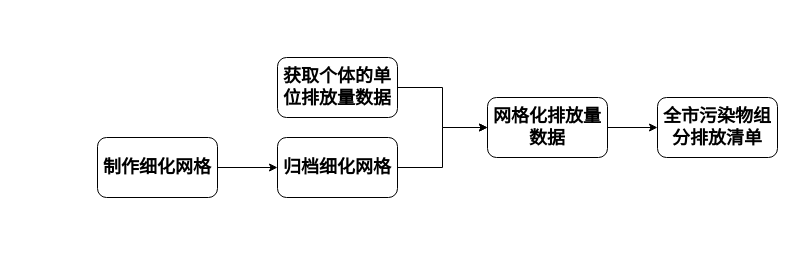
This is 船舶排放清单.drawio from WienWong/Misc, a draw.io file, before an edit. Source tidied: cells renumbered, new cells numbered last; positions are measured from the earlier drawing's top-left corner, leaving out a move shared by most shapes. Both pictures are drawn from the tidied source at 100%, with x=0, y=0 at pixel (97, 57).
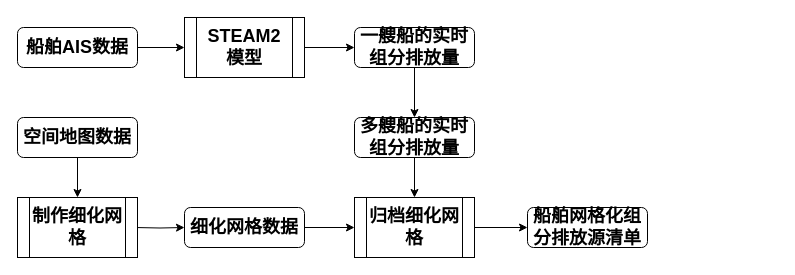
The same diagram, later.

Commit message:
Update 船舶排放清单.drawio

The edit, as a diff of the source:
```diff
@@
 <mxGraphModel>
   <root>
     <mxCell id="0" />
     <mxCell id="1" parent="0" />
-    <mxCell id="2" style="edgeStyle=orthogonalEdgeStyle;rounded=0;jettySize=auto;html=1;exitX=1;exitY=0.5;exitDx=0;exitDy=0;entryX=0;entryY=0.5;entryDx=0;entryDy=0;" parent="1" edge="1" source="3" target="5">
-      <mxGeometry relative="1" as="geometry" />
-    </mxCell>
+    <mxCell id="11" style="edgeStyle=orthogonalEdgeStyle;rounded=0;jettySize=auto;html=1;exitX=1;exitY=0.5;exitDx=0;exitDy=0;entryX=0;entryY=0.5;entryDx=0;entryDy=0;" parent="1" edge="1" target="16">
+      <mxGeometry relative="1" as="geometry">
+        <mxPoint x="37" y="170" as="sourcePoint" />
+      </mxGeometry>
+    </mxCell>
+    <mxCell id="12" style="edgeStyle=orthogonalEdgeStyle;rounded=0;jettySize=auto;html=1;exitX=0.5;exitY=1;exitDx=0;exitDy=0;entryX=0.5;entryY=0;entryDx=0;entryDy=0;" parent="1" edge="1" source="13" target="18">
+      <mxGeometry relative="1" as="geometry" />
+    </mxCell>
+    <mxCell id="13" value="&lt;font style=&quot;font-size: 18px&quot;&gt;&lt;b&gt;一艘船的实时组分排放量&lt;/b&gt;&lt;/font&gt;" style="rounded=1;whiteSpace=wrap;html=1;fontSize=12;glass=0;strokeWidth=1;shadow=0;" parent="1" vertex="1">
+      <mxGeometry x="257" y="-30" width="120" height="40" as="geometry" />
+    </mxCell>
+    <mxCell id="14" value="&lt;font style=&quot;font-size: 18px&quot;&gt;&lt;b&gt;船舶网格化组分排放源清单&lt;/b&gt;&lt;/font&gt;" style="rounded=1;whiteSpace=wrap;html=1;fontSize=12;glass=0;strokeWidth=1;shadow=0;" parent="1" vertex="1">
+      <mxGeometry x="430" y="150" width="120" height="40" as="geometry" />
+    </mxCell>
+    <mxCell id="15" style="edgeStyle=orthogonalEdgeStyle;rounded=0;jettySize=auto;html=1;exitX=1;exitY=0.5;exitDx=0;exitDy=0;entryX=0;entryY=0.5;entryDx=0;entryDy=0;" parent="1" edge="1" source="16" target="5">
+      <mxGeometry relative="1" as="geometry" />
+    </mxCell>
+    <mxCell id="16" value="&lt;font style=&quot;font-size: 18px&quot;&gt;&lt;b&gt;细化网格数据&lt;/b&gt;&lt;/font&gt;" style="rounded=1;whiteSpace=wrap;html=1;fontSize=12;glass=0;strokeWidth=1;shadow=0;" parent="1" vertex="1">
+      <mxGeometry x="87" y="150" width="120" height="40" as="geometry" />
+    </mxCell>
+    <mxCell id="17" style="edgeStyle=orthogonalEdgeStyle;rounded=0;jettySize=auto;html=1;exitX=0.5;exitY=1;exitDx=0;exitDy=0;entryX=0.5;entryY=0;entryDx=0;entryDy=0;" parent="1" edge="1" source="18" target="5">
+      <mxGeometry relative="1" as="geometry" />
+    </mxCell>
+    <mxCell id="18" value="&lt;font style=&quot;font-size: 18px&quot;&gt;&lt;b&gt;多艘船的实时组分排放量&lt;/b&gt;&lt;/font&gt;" style="rounded=1;whiteSpace=wrap;html=1;fontSize=12;glass=0;strokeWidth=1;shadow=0;" parent="1" vertex="1">
+      <mxGeometry x="257" y="60" width="120" height="40" as="geometry" />
+    </mxCell>
+    <mxCell id="19" style="edgeStyle=orthogonalEdgeStyle;rounded=0;jettySize=auto;html=1;exitX=1;exitY=0.5;exitDx=0;exitDy=0;entryX=0;entryY=0.5;entryDx=0;entryDy=0;" parent="1" edge="1" source="20" target="24">
+      <mxGeometry relative="1" as="geometry" />
+    </mxCell>
+    <mxCell id="20" value="&lt;font style=&quot;font-size: 18px&quot;&gt;&lt;b&gt;船舶AIS数据&lt;/b&gt;&lt;/font&gt;" style="rounded=1;whiteSpace=wrap;html=1;fontSize=12;glass=0;strokeWidth=1;shadow=0;" parent="1" vertex="1">
+      <mxGeometry x="-80" y="-30" width="120" height="40" as="geometry" />
+    </mxCell>
-    <mxCell id="3" value="&lt;b&gt;&lt;font style=&quot;font-size: 18px&quot;&gt;制作细化网格&lt;/font&gt;&lt;/b&gt;" style="rounded=1;whiteSpace=wrap;html=1;" parent="1" vertex="1">
-      <mxGeometry y="80" width="120" height="60" as="geometry" />
+    <mxCell id="3" value="&lt;font style=&quot;font-size: 18px&quot;&gt;&lt;b&gt;制作细化网格&lt;/b&gt;&lt;/font&gt;" style="shape=process;whiteSpace=wrap;html=1;backgroundOutline=1;" parent="1" vertex="1">
+      <mxGeometry x="-80" y="140" width="120" height="60" as="geometry" />
     </mxCell>
-    <mxCell id="4" style="edgeStyle=orthogonalEdgeStyle;rounded=0;jettySize=auto;html=1;exitX=1;exitY=0.5;exitDx=0;exitDy=0;entryX=0;entryY=0.5;entryDx=0;entryDy=0;" parent="1" edge="1" source="5" target="9">
-      <mxGeometry relative="1" as="geometry" />
-    </mxCell>
+    <mxCell id="21" style="edgeStyle=orthogonalEdgeStyle;rounded=0;jettySize=auto;html=1;exitX=0.5;exitY=1;exitDx=0;exitDy=0;" parent="1" edge="1" source="22" target="3">
+      <mxGeometry relative="1" as="geometry" />
+    </mxCell>
+    <mxCell id="22" value="&lt;font style=&quot;font-size: 18px&quot;&gt;&lt;b&gt;空间地图数据&lt;/b&gt;&lt;/font&gt;" style="rounded=1;whiteSpace=wrap;html=1;fontSize=12;glass=0;strokeWidth=1;shadow=0;" parent="1" vertex="1">
+      <mxGeometry x="-80" y="60" width="120" height="40" as="geometry" />
+    </mxCell>
+    <mxCell id="23" style="edgeStyle=orthogonalEdgeStyle;rounded=0;jettySize=auto;html=1;exitX=1;exitY=0.5;exitDx=0;exitDy=0;" parent="1" edge="1" source="24" target="13">
+      <mxGeometry relative="1" as="geometry" />
+    </mxCell>
+    <mxCell id="24" value="&lt;b style=&quot;font-size: 18px&quot;&gt;STEAM2&lt;br&gt;模型&lt;/b&gt;" style="shape=process;whiteSpace=wrap;html=1;backgroundOutline=1;" parent="1" vertex="1">
+      <mxGeometry x="87" y="-40" width="120" height="60" as="geometry" />
+    </mxCell>
+    <mxCell id="25" style="edgeStyle=orthogonalEdgeStyle;rounded=0;jettySize=auto;html=1;exitX=1;exitY=0.5;exitDx=0;exitDy=0;entryX=0;entryY=0.5;entryDx=0;entryDy=0;" parent="1" edge="1" source="5" target="14">
+      <mxGeometry relative="1" as="geometry" />
+    </mxCell>
-    <mxCell id="5" value="&lt;b&gt;&lt;font style=&quot;font-size: 18px&quot;&gt;归档细化网格&lt;/font&gt;&lt;/b&gt;" style="rounded=1;whiteSpace=wrap;html=1;" parent="1" vertex="1">
-      <mxGeometry x="180" y="80" width="120" height="60" as="geometry" />
+    <mxCell id="5" value="&lt;b style=&quot;font-size: 18px&quot;&gt;归档细化网格&lt;/b&gt;" style="shape=process;whiteSpace=wrap;html=1;backgroundOutline=1;" parent="1" vertex="1">
+      <mxGeometry x="257" y="140" width="120" height="60" as="geometry" />
     </mxCell>
-    <mxCell id="6" style="edgeStyle=orthogonalEdgeStyle;rounded=0;jettySize=auto;html=1;exitX=1;exitY=0.5;exitDx=0;exitDy=0;entryX=0;entryY=0.5;entryDx=0;entryDy=0;" parent="1" edge="1" source="7" target="9">
-      <mxGeometry relative="1" as="geometry" />
-    </mxCell>
-    <mxCell id="7" value="&lt;b&gt;&lt;font style=&quot;font-size: 18px&quot;&gt;获取个体的单位排放量数据&lt;/font&gt;&lt;/b&gt;" style="rounded=1;whiteSpace=wrap;html=1;" parent="1" vertex="1">
-      <mxGeometry x="180" width="120" height="60" as="geometry" />
-    </mxCell>
-    <mxCell id="8" style="edgeStyle=orthogonalEdgeStyle;rounded=0;jettySize=auto;html=1;exitX=1;exitY=0.5;exitDx=0;exitDy=0;entryX=0;entryY=0.5;entryDx=0;entryDy=0;" parent="1" edge="1" source="9" target="10">
-      <mxGeometry relative="1" as="geometry" />
-    </mxCell>
-    <mxCell id="9" value="&lt;b&gt;&lt;font style=&quot;font-size: 18px&quot;&gt;网格化排放量数据&lt;/font&gt;&lt;/b&gt;" style="rounded=1;whiteSpace=wrap;html=1;" parent="1" vertex="1">
-      <mxGeometry x="390" y="40" width="120" height="60" as="geometry" />
-    </mxCell>
-    <mxCell id="10" value="&lt;b&gt;&lt;font style=&quot;font-size: 18px&quot;&gt;全市污染物组分排放清单&lt;/font&gt;&lt;/b&gt;" style="rounded=1;whiteSpace=wrap;html=1;" parent="1" vertex="1">
-      <mxGeometry x="560" y="40" width="120" height="60" as="geometry" />
-    </mxCell>
   </root>
 </mxGraphModel>
```
